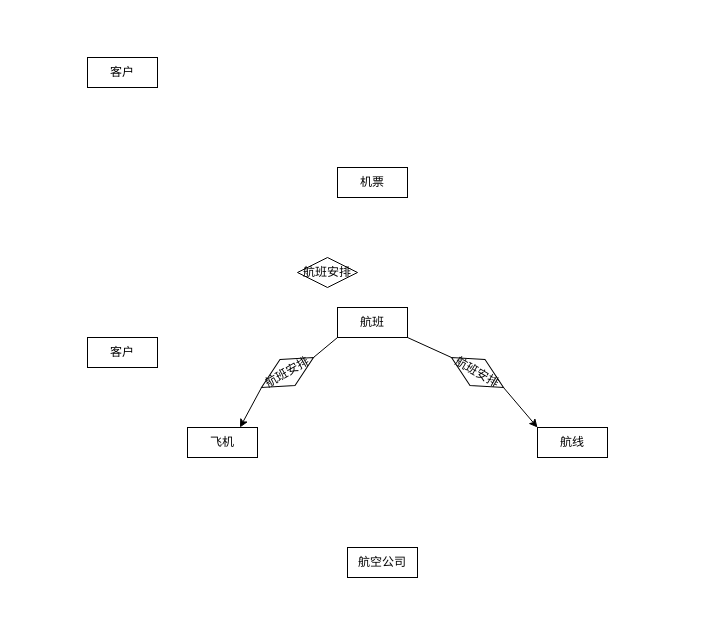
pz201829594/-2 keeps this draw.io diagram as Untitled Diagram.drawio. Above is the earlier version. Source tidied: cells renumbered, new cells numbered last; positions are measured from the earlier drawing's top-left corner, leaving out a move shared by most shapes. Both pictures are drawn from the tidied source at 100%, with x=0, y=0 at pixel (87, 57).
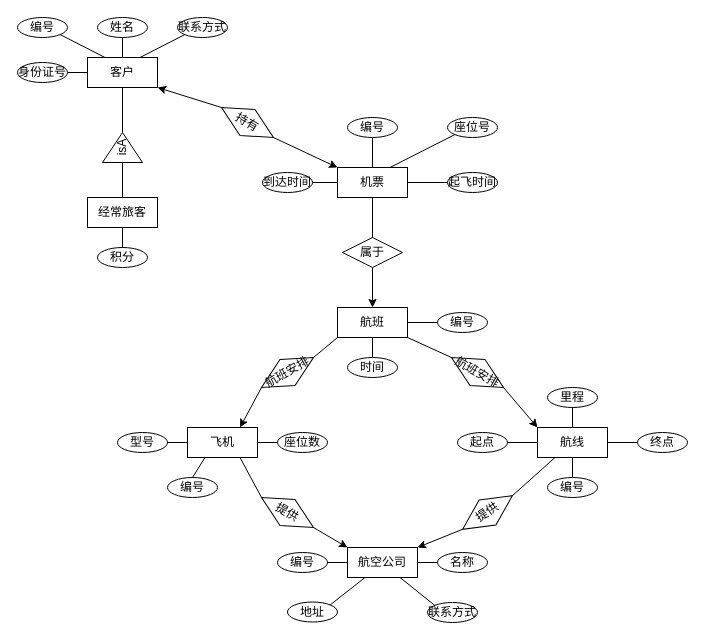
Above is the later version.

The change refers to these unchanged cells:
```xml
<mxCell id="2" value="客户" style="rounded=0;whiteSpace=wrap;html=1;" parent="1" vertex="1">
  <mxGeometry width="70" height="30" as="geometry" />
</mxCell>
<mxCell id="3" value="航空公司" style="rounded=0;whiteSpace=wrap;html=1;" parent="1" vertex="1">
  <mxGeometry x="260" y="490" width="70" height="30" as="geometry" />
</mxCell>
<mxCell id="4" value="航线" style="rounded=0;whiteSpace=wrap;html=1;" parent="1" vertex="1">
  <mxGeometry x="450" y="370" width="70" height="30" as="geometry" />
</mxCell>
<mxCell id="5" value="飞机" style="rounded=0;whiteSpace=wrap;html=1;" parent="1" vertex="1">
  <mxGeometry x="100" y="370" width="70" height="30" as="geometry" />
</mxCell>
<mxCell id="7" value="机票" style="rounded=0;whiteSpace=wrap;html=1;" parent="1" vertex="1">
  <mxGeometry x="250" y="110" width="70" height="30" as="geometry" />
</mxCell>
<mxCell id="8" value="航班" style="rounded=0;whiteSpace=wrap;html=1;" parent="1" vertex="1">
  <mxGeometry x="250" y="250" width="70" height="30" as="geometry" />
</mxCell>
```

The edit, as a diff of the source:
```diff
@@
-    <mxCell id="6" value="客户" style="rounded=0;whiteSpace=wrap;html=1;" parent="1" vertex="1">
-      <mxGeometry y="280" width="70" height="30" as="geometry" />
-    </mxCell>
@@
-    <mxCell id="9" value="航班安排" style="rhombus;whiteSpace=wrap;html=1;" parent="1" vertex="1">
-      <mxGeometry x="210" y="200" width="60" height="30" as="geometry" />
+    <mxCell id="9" value="提供" style="rhombus;whiteSpace=wrap;html=1;rotation=30;" parent="1" vertex="1">
+      <mxGeometry x="170" y="440" width="60" height="30" as="geometry" />
     </mxCell>
@@
+    <mxCell id="16" value="属于" style="rhombus;whiteSpace=wrap;html=1;rotation=0;" parent="1" vertex="1">
+      <mxGeometry x="255" y="180" width="60" height="30" as="geometry" />
+    </mxCell>
+    <mxCell id="17" value="提供" style="rhombus;whiteSpace=wrap;html=1;rotation=-34;" parent="1" vertex="1">
+      <mxGeometry x="370" y="440" width="60" height="30" as="geometry" />
+    </mxCell>
+    <mxCell id="18" value="持有" style="rhombus;whiteSpace=wrap;html=1;rotation=30;" parent="1" vertex="1">
+      <mxGeometry x="130" y="50" width="60" height="30" as="geometry" />
+    </mxCell>
+    <mxCell id="19" style="endArrow=none;html=1;exitX=0.75;exitY=1;exitDx=0;exitDy=0;entryX=0;entryY=0.5;entryDx=0;entryDy=0;" parent="1" edge="1" source="5" target="9">
+      <mxGeometry relative="1" as="geometry" />
+    </mxCell>
+    <mxCell id="20" style="endArrow=classic;html=1;exitX=1;exitY=0.5;exitDx=0;exitDy=0;entryX=0;entryY=0;entryDx=0;entryDy=0;" parent="1" edge="1" source="9" target="3">
+      <mxGeometry relative="1" as="geometry" />
+    </mxCell>
+    <mxCell id="21" style="endArrow=classic;html=1;exitX=0;exitY=0.5;exitDx=0;exitDy=0;entryX=1;entryY=0;entryDx=0;entryDy=0;" parent="1" edge="1" source="17" target="3">
+      <mxGeometry relative="1" as="geometry" />
+    </mxCell>
+    <mxCell id="22" style="endArrow=none;html=1;exitX=1;exitY=0.5;exitDx=0;exitDy=0;entryX=0.25;entryY=1;entryDx=0;entryDy=0;" parent="1" edge="1" source="17" target="4">
+      <mxGeometry relative="1" as="geometry" />
+    </mxCell>
+    <mxCell id="23" style="endArrow=classic;html=1;exitX=0;exitY=0.5;exitDx=0;exitDy=0;entryX=1;entryY=1;entryDx=0;entryDy=0;" parent="1" edge="1" source="18" target="2">
+      <mxGeometry relative="1" as="geometry" />
+    </mxCell>
+    <mxCell id="24" style="endArrow=classic;html=1;exitX=1;exitY=0.5;exitDx=0;exitDy=0;entryX=0;entryY=0;entryDx=0;entryDy=0;" parent="1" edge="1" source="18" target="7">
+      <mxGeometry relative="1" as="geometry" />
+    </mxCell>
+    <mxCell id="25" style="endArrow=none;html=1;exitX=0.5;exitY=1;exitDx=0;exitDy=0;" parent="1" edge="1" source="7" target="16">
+      <mxGeometry relative="1" as="geometry" />
+    </mxCell>
+    <mxCell id="26" style="endArrow=classic;html=1;exitX=0.5;exitY=1;exitDx=0;exitDy=0;entryX=0.5;entryY=0;entryDx=0;entryDy=0;" parent="1" edge="1" source="16" target="8">
+      <mxGeometry relative="1" as="geometry" />
+    </mxCell>
+    <mxCell id="27" value="联系方式" style="ellipse;whiteSpace=wrap;html=1;" parent="1" vertex="1">
+      <mxGeometry x="90" y="-40" width="50" height="20" as="geometry" />
+    </mxCell>
+    <mxCell id="28" value="编号" style="ellipse;whiteSpace=wrap;html=1;" parent="1" vertex="1">
+      <mxGeometry x="-70" y="-40" width="50" height="20" as="geometry" />
+    </mxCell>
+    <mxCell id="29" value="姓名" style="ellipse;whiteSpace=wrap;html=1;" parent="1" vertex="1">
+      <mxGeometry x="10" y="-40" width="50" height="20" as="geometry" />
+    </mxCell>
+    <mxCell id="30" value="isA" style="triangle;whiteSpace=wrap;html=1;rotation=-90;" parent="1" vertex="1">
+      <mxGeometry x="20" y="70" width="30" height="40" as="geometry" />
+    </mxCell>
+    <mxCell id="31" style="endArrow=none;html=1;exitX=0.5;exitY=1;exitDx=0;exitDy=0;entryX=1;entryY=0.5;entryDx=0;entryDy=0;" parent="1" edge="1" source="2" target="30">
+      <mxGeometry relative="1" as="geometry" />
+    </mxCell>
+    <mxCell id="32" value="经常旅客" style="rounded=0;whiteSpace=wrap;html=1;" parent="1" vertex="1">
+      <mxGeometry y="140" width="70" height="30" as="geometry" />
+    </mxCell>
+    <mxCell id="33" value="积分" style="ellipse;whiteSpace=wrap;html=1;" parent="1" vertex="1">
+      <mxGeometry x="10" y="190" width="50" height="20" as="geometry" />
+    </mxCell>
+    <mxCell id="34" style="endArrow=none;html=1;exitX=0;exitY=0.5;exitDx=0;exitDy=0;" parent="1" edge="1" source="30" target="32">
+      <mxGeometry relative="1" as="geometry" />
+    </mxCell>
+    <mxCell id="35" style="endArrow=none;html=1;exitX=0.5;exitY=1;exitDx=0;exitDy=0;entryX=0.5;entryY=0;entryDx=0;entryDy=0;" parent="1" edge="1" source="29" target="2">
+      <mxGeometry relative="1" as="geometry" />
+    </mxCell>
+    <mxCell id="36" style="endArrow=none;html=1;exitX=1;exitY=1;exitDx=0;exitDy=0;entryX=0.25;entryY=0;entryDx=0;entryDy=0;" parent="1" edge="1" source="28" target="2">
+      <mxGeometry relative="1" as="geometry" />
+    </mxCell>
+    <mxCell id="37" style="endArrow=none;html=1;exitX=0;exitY=1;exitDx=0;exitDy=0;entryX=0.75;entryY=0;entryDx=0;entryDy=0;" parent="1" edge="1" source="27" target="2">
+      <mxGeometry relative="1" as="geometry" />
+    </mxCell>
+    <mxCell id="38" style="endArrow=none;html=1;exitX=0.5;exitY=1;exitDx=0;exitDy=0;entryX=0.5;entryY=0;entryDx=0;entryDy=0;" parent="1" edge="1" source="32" target="33">
+      <mxGeometry relative="1" as="geometry" />
+    </mxCell>
+    <mxCell id="39" value="到达时间" style="ellipse;whiteSpace=wrap;html=1;" parent="1" vertex="1">
+      <mxGeometry x="175" y="115" width="50" height="20" as="geometry" />
+    </mxCell>
+    <mxCell id="40" value="起飞时间" style="ellipse;whiteSpace=wrap;html=1;" parent="1" vertex="1">
+      <mxGeometry x="360" y="115" width="50" height="20" as="geometry" />
+    </mxCell>
+    <mxCell id="41" value="编号" style="ellipse;whiteSpace=wrap;html=1;" parent="1" vertex="1">
+      <mxGeometry x="260" y="60" width="50" height="20" as="geometry" />
+    </mxCell>
+    <mxCell id="42" value="编号" style="ellipse;whiteSpace=wrap;html=1;" parent="1" vertex="1">
+      <mxGeometry x="460" y="420" width="50" height="20" as="geometry" />
+    </mxCell>
+    <mxCell id="43" value="座位号" style="ellipse;whiteSpace=wrap;html=1;" parent="1" vertex="1">
+      <mxGeometry x="360" y="60" width="50" height="20" as="geometry" />
+    </mxCell>
+    <mxCell id="44" style="endArrow=none;html=1;exitX=0.5;exitY=1;exitDx=0;exitDy=0;entryX=0.5;entryY=0;entryDx=0;entryDy=0;" parent="1" edge="1" source="41" target="7">
+      <mxGeometry relative="1" as="geometry" />
+    </mxCell>
+    <mxCell id="45" style="endArrow=none;html=1;exitX=1;exitY=0.5;exitDx=0;exitDy=0;entryX=0;entryY=0.5;entryDx=0;entryDy=0;" parent="1" edge="1" source="39" target="7">
+      <mxGeometry relative="1" as="geometry" />
+    </mxCell>
+    <mxCell id="46" style="endArrow=none;html=1;exitX=0;exitY=1;exitDx=0;exitDy=0;entryX=0.75;entryY=0;entryDx=0;entryDy=0;" parent="1" edge="1" source="43" target="7">
+      <mxGeometry relative="1" as="geometry" />
+    </mxCell>
+    <mxCell id="47" style="endArrow=none;html=1;exitX=0;exitY=0.5;exitDx=0;exitDy=0;entryX=1;entryY=0.5;entryDx=0;entryDy=0;" parent="1" edge="1" source="40" target="7">
+      <mxGeometry relative="1" as="geometry" />
+    </mxCell>
+    <mxCell id="48" value="编号" style="ellipse;whiteSpace=wrap;html=1;" parent="1" vertex="1">
+      <mxGeometry x="350" y="255" width="50" height="20" as="geometry" />
+    </mxCell>
+    <mxCell id="49" value="起点" style="ellipse;whiteSpace=wrap;html=1;" parent="1" vertex="1">
+      <mxGeometry x="370" y="375" width="50" height="20" as="geometry" />
+    </mxCell>
+    <mxCell id="50" value="终点" style="ellipse;whiteSpace=wrap;html=1;" parent="1" vertex="1">
+      <mxGeometry x="550" y="375" width="50" height="20" as="geometry" />
+    </mxCell>
+    <mxCell id="51" value="里程" style="ellipse;whiteSpace=wrap;html=1;" parent="1" vertex="1">
+      <mxGeometry x="460" y="330" width="50" height="20" as="geometry" />
+    </mxCell>
+    <mxCell id="52" value="时间" style="ellipse;whiteSpace=wrap;html=1;" parent="1" vertex="1">
+      <mxGeometry x="260" y="300" width="50" height="20" as="geometry" />
+    </mxCell>
+    <mxCell id="53" style="endArrow=none;html=1;exitX=0.5;exitY=1;exitDx=0;exitDy=0;entryX=0.5;entryY=0;entryDx=0;entryDy=0;" parent="1" edge="1" source="8" target="52">
+      <mxGeometry relative="1" as="geometry" />
+    </mxCell>
+    <mxCell id="54" value="编号" style="ellipse;whiteSpace=wrap;html=1;" parent="1" vertex="1">
+      <mxGeometry x="80" y="420" width="50" height="20" as="geometry" />
+    </mxCell>
+    <mxCell id="55" value="座位数" style="ellipse;whiteSpace=wrap;html=1;" parent="1" vertex="1">
+      <mxGeometry x="190" y="375" width="50" height="20" as="geometry" />
+    </mxCell>
+    <mxCell id="56" value="型号" style="ellipse;whiteSpace=wrap;html=1;" parent="1" vertex="1">
+      <mxGeometry x="30" y="375" width="50" height="20" as="geometry" />
+    </mxCell>
+    <mxCell id="57" style="endArrow=none;html=1;exitX=0;exitY=0.5;exitDx=0;exitDy=0;entryX=1;entryY=0.5;entryDx=0;entryDy=0;" parent="1" edge="1" source="5" target="56">
+      <mxGeometry relative="1" as="geometry" />
+    </mxCell>
+    <mxCell id="58" style="endArrow=none;html=1;exitX=1;exitY=0.5;exitDx=0;exitDy=0;entryX=0;entryY=0.5;entryDx=0;entryDy=0;" parent="1" edge="1" source="5" target="55">
+      <mxGeometry relative="1" as="geometry" />
+    </mxCell>
+    <mxCell id="59" style="endArrow=none;html=1;exitX=0.25;exitY=1;exitDx=0;exitDy=0;entryX=0.5;entryY=0;entryDx=0;entryDy=0;" parent="1" edge="1" source="5" target="54">
+      <mxGeometry relative="1" as="geometry" />
+    </mxCell>
+    <mxCell id="60" style="endArrow=none;html=1;exitX=1;exitY=0.5;exitDx=0;exitDy=0;entryX=0;entryY=0.5;entryDx=0;entryDy=0;" parent="1" edge="1" source="8" target="48">
+      <mxGeometry relative="1" as="geometry" />
+    </mxCell>
+    <mxCell id="61" style="endArrow=none;html=1;exitX=0.5;exitY=1;exitDx=0;exitDy=0;entryX=0.5;entryY=0;entryDx=0;entryDy=0;" parent="1" edge="1" source="51" target="4">
+      <mxGeometry relative="1" as="geometry" />
+    </mxCell>
+    <mxCell id="62" style="endArrow=none;html=1;exitX=1;exitY=0.5;exitDx=0;exitDy=0;entryX=0;entryY=0.5;entryDx=0;entryDy=0;" parent="1" edge="1" source="49" target="4">
+      <mxGeometry relative="1" as="geometry" />
+    </mxCell>
+    <mxCell id="63" style="endArrow=none;html=1;exitX=0.5;exitY=0;exitDx=0;exitDy=0;entryX=0.5;entryY=1;entryDx=0;entryDy=0;" parent="1" edge="1" source="42" target="4">
+      <mxGeometry relative="1" as="geometry" />
+    </mxCell>
+    <mxCell id="64" style="endArrow=none;html=1;exitX=0;exitY=0.5;exitDx=0;exitDy=0;entryX=1;entryY=0.5;entryDx=0;entryDy=0;" parent="1" edge="1" source="50" target="4">
+      <mxGeometry relative="1" as="geometry" />
+    </mxCell>
+    <mxCell id="65" value="编号" style="ellipse;whiteSpace=wrap;html=1;" parent="1" vertex="1">
+      <mxGeometry x="190" y="495" width="50" height="20" as="geometry" />
+    </mxCell>
+    <mxCell id="66" value="名称" style="ellipse;whiteSpace=wrap;html=1;" parent="1" vertex="1">
+      <mxGeometry x="350" y="495" width="50" height="20" as="geometry" />
+    </mxCell>
+    <mxCell id="67" value="身份证号" style="ellipse;whiteSpace=wrap;html=1;" parent="1" vertex="1">
+      <mxGeometry x="-70" y="5" width="50" height="20" as="geometry" />
+    </mxCell>
+    <mxCell id="68" value="联系方式" style="ellipse;whiteSpace=wrap;html=1;" parent="1" vertex="1">
+      <mxGeometry x="340" y="545" width="50" height="20" as="geometry" />
+    </mxCell>
+    <mxCell id="69" value="地址" style="ellipse;whiteSpace=wrap;html=1;" parent="1" vertex="1">
+      <mxGeometry x="200" y="544.5" width="50" height="20" as="geometry" />
+    </mxCell>
+    <mxCell id="70" style="endArrow=none;html=1;exitX=1;exitY=0.5;exitDx=0;exitDy=0;entryX=0;entryY=0.5;entryDx=0;entryDy=0;" parent="1" edge="1" source="65" target="3">
+      <mxGeometry relative="1" as="geometry" />
+    </mxCell>
+    <mxCell id="71" style="endArrow=none;html=1;exitX=0;exitY=0.5;exitDx=0;exitDy=0;" parent="1" edge="1" source="66" target="3">
+      <mxGeometry relative="1" as="geometry" />
+    </mxCell>
+    <mxCell id="72" style="endArrow=none;html=1;exitX=1;exitY=0;exitDx=0;exitDy=0;entryX=0.25;entryY=1;entryDx=0;entryDy=0;" parent="1" edge="1" source="69" target="3">
+      <mxGeometry relative="1" as="geometry" />
+    </mxCell>
+    <mxCell id="73" style="endArrow=none;html=1;exitX=0;exitY=0;exitDx=0;exitDy=0;entryX=0.75;entryY=1;entryDx=0;entryDy=0;" parent="1" edge="1" source="68" target="3">
+      <mxGeometry relative="1" as="geometry" />
+    </mxCell>
+    <mxCell id="74" style="endArrow=none;html=1;exitX=1;exitY=0.5;exitDx=0;exitDy=0;entryX=0;entryY=0.5;entryDx=0;entryDy=0;" parent="1" edge="1" source="67" target="2">
+      <mxGeometry relative="1" as="geometry" />
+    </mxCell>
```
